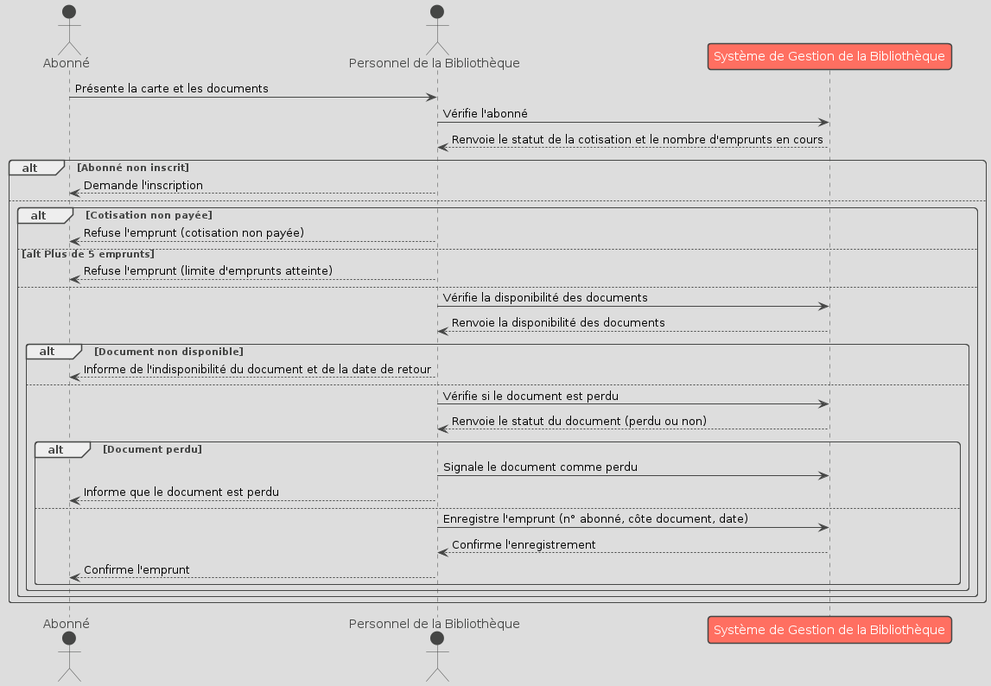
clemence95/CDA24178 keeps this PlantUML diagram as asset/diagramme_sequence.png. Above is the earlier version.
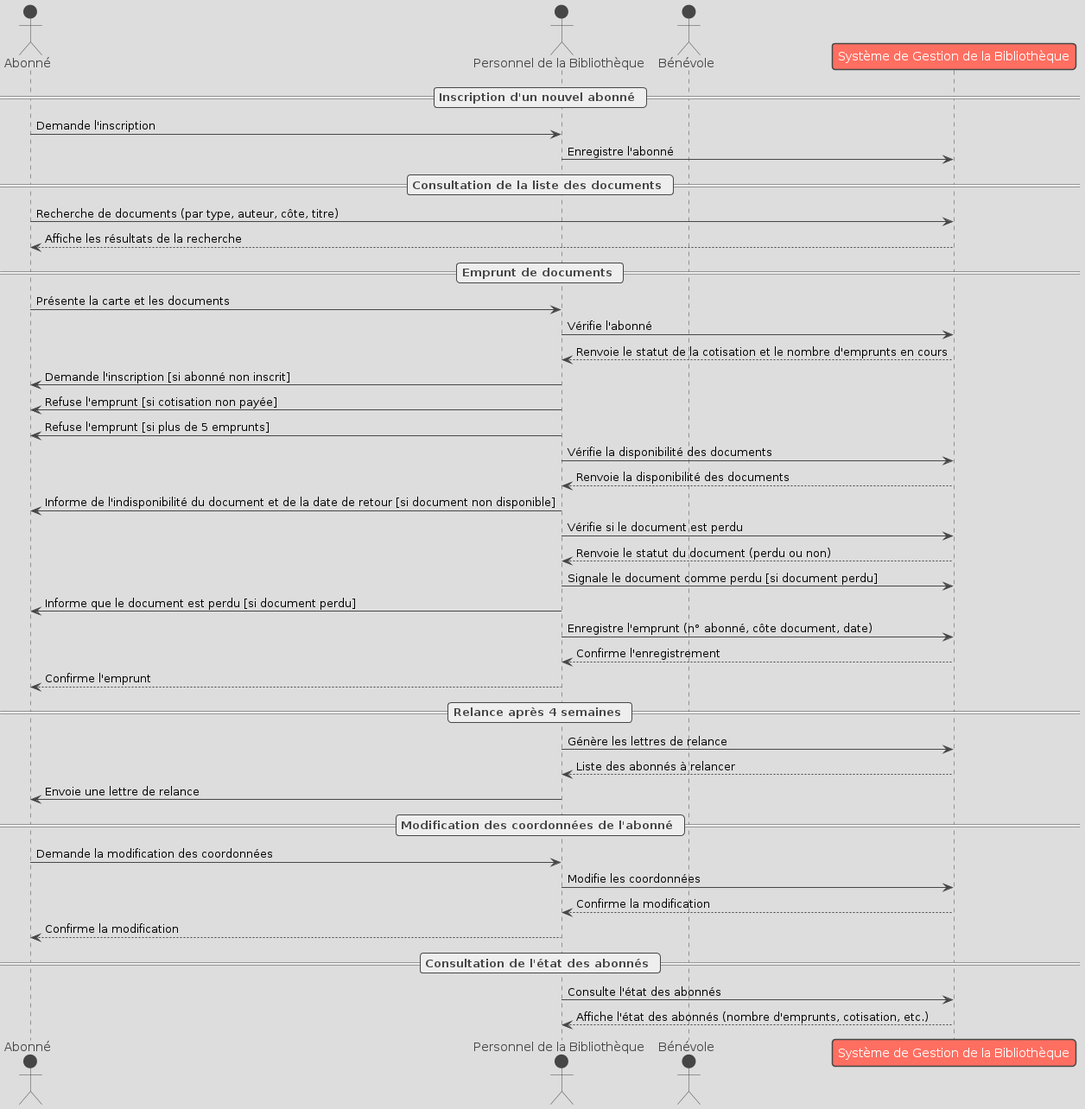
The same diagram one commit later.

Change to the diagram source:
```diff
@@ -2,37 +2,51 @@
 !theme toy
 actor Abonné
 actor "Personnel de la Bibliothèque" as Bibliothecaire
+actor "Bénévole" as Benevole
 participant "Système de Gestion de la Bibliothèque" as Systeme
 
+== Inscription d'un nouvel abonné ==
+Abonné -> Bibliothecaire: Demande l'inscription
+Bibliothecaire -> Systeme: Enregistre l'abonné
+
+== Consultation de la liste des documents ==
+Abonné -> Systeme: Recherche de documents (par type, auteur, côte, titre)
+Systeme --> Abonné: Affiche les résultats de la recherche
+
+== Emprunt de documents ==
 Abonné -> Bibliothecaire: Présente la carte et les documents
 Bibliothecaire -> Systeme: Vérifie l'abonné
 Systeme --> Bibliothecaire: Renvoie le statut de la cotisation et le nombre d'emprunts en cours
 
-alt Abonné non inscrit
-    Bibliothecaire --> Abonné: Demande l'inscription
-else
-    alt Cotisation non payée
-        Bibliothecaire --> Abonné: Refuse l'emprunt (cotisation non payée)
-    else alt Plus de 5 emprunts
-        Bibliothecaire --> Abonné: Refuse l'emprunt (limite d'emprunts atteinte)
-    else
-        Bibliothecaire -> Systeme: Vérifie la disponibilité des documents
-        Systeme --> Bibliothecaire: Renvoie la disponibilité des documents
+Bibliothecaire -> Abonné: Demande l'inscription [si abonné non inscrit]
+Bibliothecaire -> Abonné: Refuse l'emprunt [si cotisation non payée]
+Bibliothecaire -> Abonné: Refuse l'emprunt [si plus de 5 emprunts]
 
-        alt Document non disponible
-            Bibliothecaire --> Abonné: Informe de l'indisponibilité du document et de la date de retour
-        else
-            Bibliothecaire -> Systeme: Vérifie si le document est perdu
-            Systeme --> Bibliothecaire: Renvoie le statut du document (perdu ou non)
-            alt Document perdu
-                Bibliothecaire -> Systeme: Signale le document comme perdu
-                Bibliothecaire --> Abonné: Informe que le document est perdu
-            else
-                Bibliothecaire -> Systeme: Enregistre l'emprunt (n° abonné, côte document, date)
-                Systeme --> Bibliothecaire: Confirme l'enregistrement
-                Bibliothecaire --> Abonné: Confirme l'emprunt
-            end
-        end
-    end
-end
+Bibliothecaire -> Systeme: Vérifie la disponibilité des documents
+Systeme --> Bibliothecaire: Renvoie la disponibilité des documents
+Bibliothecaire -> Abonné: Informe de l'indisponibilité du document et de la date de retour [si document non disponible]
+
+Bibliothecaire -> Systeme: Vérifie si le document est perdu
+Systeme --> Bibliothecaire: Renvoie le statut du document (perdu ou non)
+Bibliothecaire -> Systeme: Signale le document comme perdu [si document perdu]
+Bibliothecaire -> Abonné: Informe que le document est perdu [si document perdu]
+
+Bibliothecaire -> Systeme: Enregistre l'emprunt (n° abonné, côte document, date)
+Systeme --> Bibliothecaire: Confirme l'enregistrement
+Bibliothecaire --> Abonné: Confirme l'emprunt
+
+== Relance après 4 semaines ==
+Bibliothecaire -> Systeme: Génère les lettres de relance
+Systeme --> Bibliothecaire: Liste des abonnés à relancer
+Bibliothecaire -> Abonné: Envoie une lettre de relance
+
+== Modification des coordonnées de l'abonné ==
+Abonné -> Bibliothecaire: Demande la modification des coordonnées
+Bibliothecaire -> Systeme: Modifie les coordonnées
+Systeme --> Bibliothecaire: Confirme la modification
+Bibliothecaire --> Abonné: Confirme la modification
+
+== Consultation de l'état des abonnés ==
+Bibliothecaire -> Systeme: Consulte l'état des abonnés
+Systeme --> Bibliothecaire: Affiche l'état des abonnés (nombre d'emprunts, cotisation, etc.)
 @enduml
```
